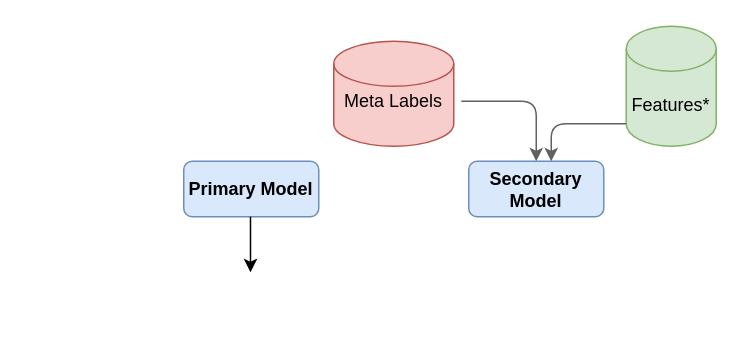
Above: Graphics/Untitled Diagram.drawio in aarzt21/MasterThesisETHZ (draw.io), before the change. Source tidied: cells renumbered, new cells numbered last; positions are measured from the earlier drawing's top-left corner, leaving out a move shared by most shapes. Both pictures are drawn from the tidied source at 150%, with x=0, y=0 at pixel (183, 26).
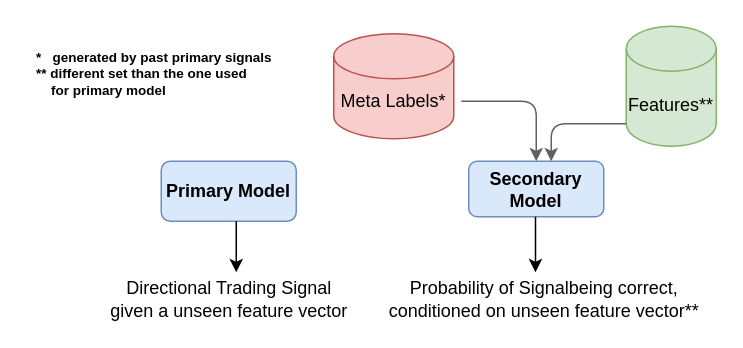
After the change.

Change to the diagram source:
```diff
@@
 <mxGraphModel>
   <root>
     <mxCell id="0" />
     <mxCell id="1" parent="0" />
     <mxCell id="2" value="&lt;b&gt;Primary Model&lt;/b&gt;" style="rounded=1;whiteSpace=wrap;html=1;fillColor=#dae8fc;strokeColor=#6c8ebf;" parent="1" vertex="1">
-      <mxGeometry y="90" width="90" height="37" as="geometry" />
+      <mxGeometry x="-15" y="90" width="90" height="40" as="geometry" />
     </mxCell>
     <mxCell id="3" style="endArrow=classic;html=1;" parent="1" edge="1">
       <mxGeometry relative="1" as="geometry">
-        <mxPoint x="44.5" y="127" as="sourcePoint" />
-        <mxPoint x="44.5" y="164" as="targetPoint" />
+        <mxPoint x="35" y="130" as="sourcePoint" />
+        <mxPoint x="35" y="164" as="targetPoint" />
       </mxGeometry>
     </mxCell>
     <mxCell id="4" value="&lt;b&gt;Secondary Model&lt;/b&gt;" style="rounded=1;whiteSpace=wrap;html=1;fillColor=#dae8fc;strokeColor=#6c8ebf;" parent="1" vertex="1">
       <mxGeometry x="190" y="90" width="90" height="37" as="geometry" />
     </mxCell>
     <mxCell id="5" style="shape=cylinder3;whiteSpace=wrap;html=1;boundedLbl=1;backgroundOutline=1;size=15;fillColor=#f8cecc;strokeColor=#b85450;" parent="1" vertex="1">
-      <mxGeometry x="100" y="10" width="80" height="70" as="geometry" />
+      <mxGeometry x="100" y="5" width="80" height="70" as="geometry" />
     </mxCell>
-    <mxCell id="6" value="Meta Labels" style="text;html=1;strokeColor=none;fillColor=none;align=center;verticalAlign=middle;whiteSpace=wrap;rounded=0;" parent="1" vertex="1">
-      <mxGeometry x="105" y="40" width="70" height="20" as="geometry" />
+    <mxCell id="6" value="Meta Labels*" style="text;html=1;strokeColor=none;fillColor=none;align=center;verticalAlign=middle;whiteSpace=wrap;rounded=0;" parent="1" vertex="1">
+      <mxGeometry x="100" y="40" width="80" height="20" as="geometry" />
     </mxCell>
     <mxCell id="7" style="endArrow=classic;html=1;strokeColor=#616161;entryX=0.5;entryY=0;entryDx=0;entryDy=0;" parent="1" edge="1" target="4">
       <mxGeometry relative="1" as="geometry">
         <mxPoint x="185" y="50" as="sourcePoint" />
         <Array as="points">
           <mxPoint x="235" y="50" />
         </Array>
       </mxGeometry>
     </mxCell>
-    <mxCell id="8" value="Features*" style="shape=cylinder3;whiteSpace=wrap;html=1;boundedLbl=1;backgroundOutline=1;size=15;fillColor=#d5e8d4;strokeColor=#82b366;" parent="1" vertex="1">
+    <mxCell id="8" value="Features**" style="shape=cylinder3;whiteSpace=wrap;html=1;boundedLbl=1;backgroundOutline=1;size=15;fillColor=#d5e8d4;strokeColor=#82b366;" parent="1" vertex="1">
       <mxGeometry x="295" width="60" height="80" as="geometry" />
     </mxCell>
     <mxCell id="9" style="endArrow=classic;html=1;strokeColor=#616161;exitX=0;exitY=1;exitDx=0;exitDy=-15;exitPerimeter=0;" parent="1" edge="1" source="8">
       <mxGeometry relative="1" as="geometry">
         <mxPoint x="245" y="90" as="targetPoint" />
         <Array as="points">
           <mxPoint x="245" y="65" />
         </Array>
       </mxGeometry>
     </mxCell>
+    <mxCell id="10" style="endArrow=classic;html=1;" parent="1" edge="1">
+      <mxGeometry relative="1" as="geometry">
+        <mxPoint x="234.5" y="127" as="sourcePoint" />
+        <mxPoint x="234.5" y="164" as="targetPoint" />
+      </mxGeometry>
+    </mxCell>
+    <mxCell id="11" value="Directional Trading Signal&lt;br&gt;given a unseen feature vector" style="text;html=1;align=center;verticalAlign=middle;" parent="1" vertex="1">
+      <mxGeometry x="-55" y="167" width="170" height="30" as="geometry" />
+    </mxCell>
+    <mxCell id="12" value="Probability of Signalbeing correct, &lt;br&gt;conditioned on unseen feature vector**" style="text;html=1;align=center;verticalAlign=middle;" parent="1" vertex="1">
+      <mxGeometry x="130" y="167" width="220" height="30" as="geometry" />
+    </mxCell>
+    <mxCell id="13" value="&lt;div style=&quot;text-align: left&quot;&gt;&lt;b style=&quot;font-size: 9px&quot;&gt;*&amp;nbsp; &amp;nbsp;generated by past primary signals&lt;/b&gt;&lt;/div&gt;&lt;font style=&quot;font-size: 9px&quot;&gt;&lt;div style=&quot;text-align: left&quot;&gt;&lt;b&gt;** different set than the one used&amp;nbsp;&lt;/b&gt;&lt;/div&gt;&lt;b&gt;&lt;div style=&quot;text-align: left&quot;&gt;&lt;b&gt;&amp;nbsp; &amp;nbsp; for primary model&lt;/b&gt;&lt;/div&gt;&lt;/b&gt;&lt;/font&gt;" style="text;html=1;align=center;verticalAlign=middle;" parent="1" vertex="1">
+      <mxGeometry x="-105" y="5" width="170" height="50" as="geometry" />
+    </mxCell>
   </root>
 </mxGraphModel>
```
